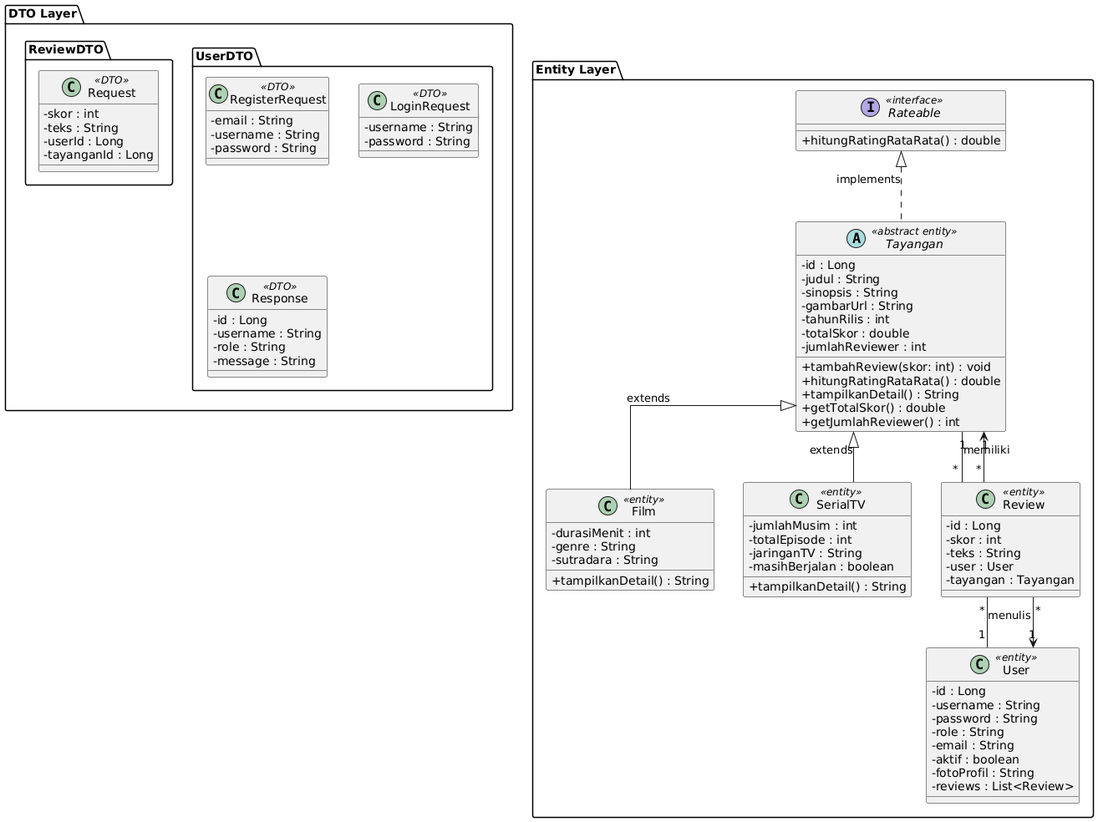
This is docs/Domain Model.png from kemalzaki/AbsoluteCinema, a PlantUML export, as it was before one commit. Its diagram source:
```plantuml
@startuml
skinparam classAttributeIconSize 0
skinparam linetype ortho

package "Entity Layer" {
    interface Rateable <<interface>> {
        +hitungRatingRataRata() : double
    }

    abstract class Tayangan <<abstract entity>> {
        -id : Long
        -judul : String
        -sinopsis : String
        -gambarUrl : String
        -tahunRilis : int
        -totalSkor : double
        -jumlahReviewer : int
        +tambahReview(skor: int) : void
        +hitungRatingRataRata() : double
        +tampilkanDetail() : String
        +getTotalSkor() : double
        +getJumlahReviewer() : int
    }

    class Film <<entity>> {
        -durasiMenit : int
        -genre : String
        -sutradara : String
        +tampilkanDetail() : String
    }

    class SerialTV <<entity>> {
        -jumlahMusim : int
        -totalEpisode : int
        -jaringanTV : String
        -masihBerjalan : boolean
        +tampilkanDetail() : String
    }

    class User <<entity>> {
        -id : Long
        -username : String
        -password : String
        -role : String
        -email : String
        -aktif : boolean
        -fotoProfil : String
        -reviews : List<Review>
    }

    class Review <<entity>> {
        -id : Long
        -skor : int
        -teks : String
        -user : User
        -tayangan : Tayangan
    }
}

package "DTO Layer" {
    class UserDTO.RegisterRequest <<DTO>> {
        -email : String
        -username : String
        -password : String
    }

    class UserDTO.LoginRequest <<DTO>> {
        -username : String
        -password : String
    }

    class UserDTO.Response <<DTO>> {
        -id : Long
        -username : String
        -role : String
        -message : String
    }

    class ReviewDTO.Request <<DTO>> {
        -skor : int
        -teks : String
        -userId : Long
        -tayanganId : Long
    }
}

Rateable <|.. Tayangan : implements
Tayangan <|-- Film : extends
Tayangan <|-- SerialTV : extends

Tayangan "1" -- "*" Review : memiliki
User "1" -- "*" Review : menulis
Review "*" --> "1" Tayangan
Review "*" --> "1" User
@enduml
```
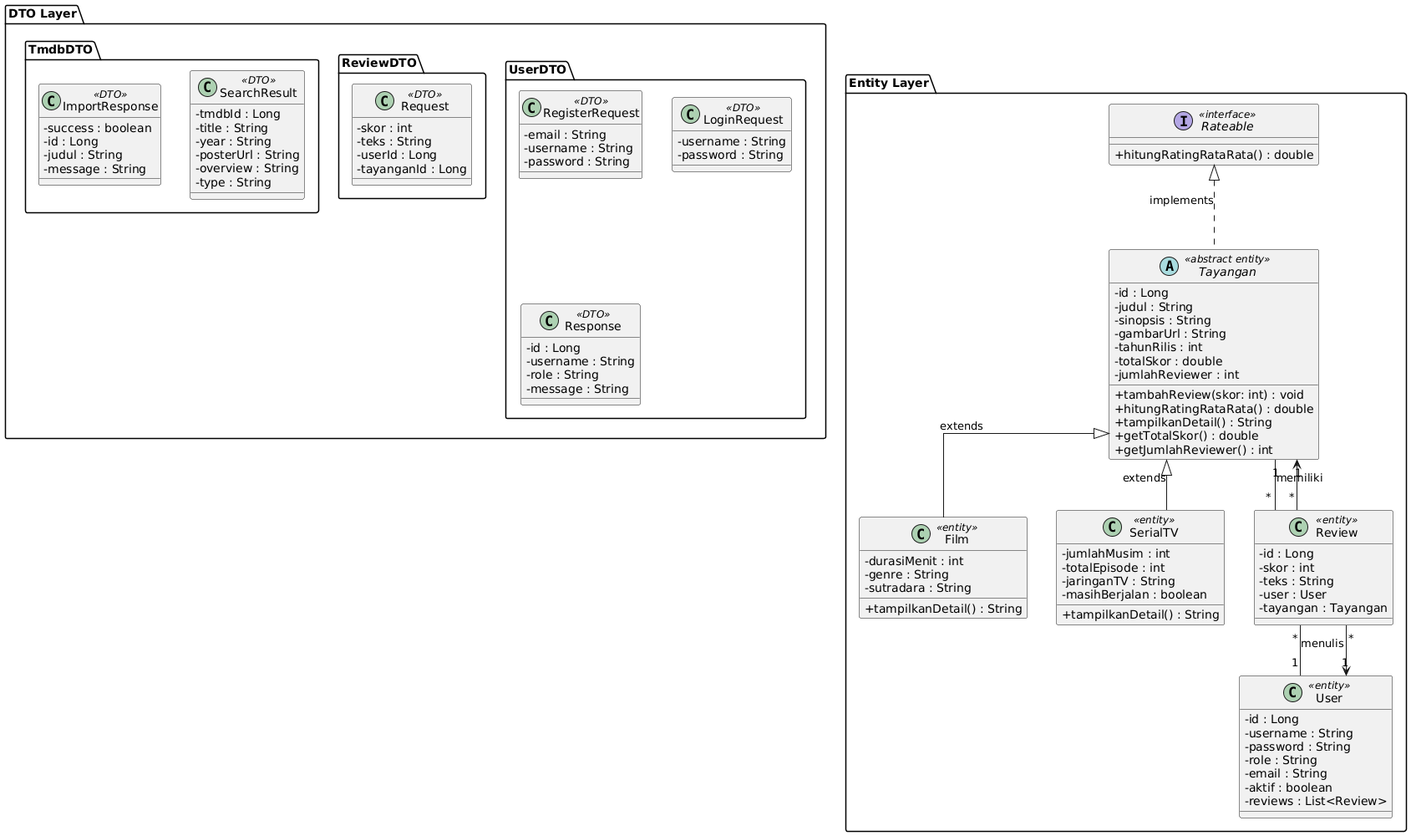
Above is the later version.

Commit message:
chore: update API, Business Logic, and Domain Model images

The edit, as a diff of the source:
```diff
@@ -44,7 +44,6 @@
         -role : String
         -email : String
         -aktif : boolean
-        -fotoProfil : String
         -reviews : List<Review>
     }
 
@@ -82,6 +81,22 @@
         -userId : Long
         -tayanganId : Long
     }
+
+    class TmdbDTO.SearchResult <<DTO>> {
+        -tmdbId : Long
+        -title : String
+        -year : String
+        -posterUrl : String
+        -overview : String
+        -type : String
+    }
+
+    class TmdbDTO.ImportResponse <<DTO>> {
+        -success : boolean
+        -id : Long
+        -judul : String
+        -message : String
+    }
 }
 
 Rateable <|.. Tayangan : implements
```
